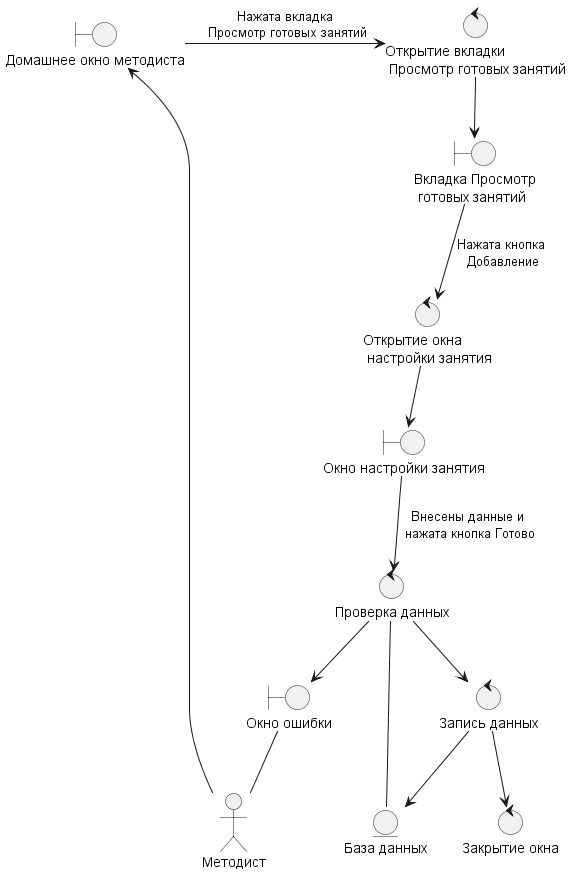
Undetaker45/MDKP keeps this PlantUML diagram as UML/out/Prigodnosty/PrDobavlenieZanyatiq/PrDobavlenieZanyatiq.wsd.png. Above is the earlier version. The source it was exported from:
```plantuml
@startuml PrDobavlenieZanyatiq.wsd

actor "Методист" as pl

control "Открытие вкладки\n Просмотр готовых занятий" as co
control "Открытие окна\n настройки занятия" as co2
control "Проверка данных" as co3
control "Закрытие окна" as co4
control "Запись данных" as co5

boundary "Домашнее окно методиста" as bo
boundary "Вкладка Просмотр\n готовых занятий" as bo1
boundary "Окно настройки занятия" as bo2

entity "База данных" as en

boundary "Окно ошибки" as err

pl -left-> bo
bo -right-> co : Нажата вкладка\n Просмотр готовых занятий
co --> bo1
bo1 --> co2 : Нажата кнопка\n Добавление
co2 --> bo2
bo2 --> co3 : Внесены данные и\n нажата кнопка Готово
co3 -- en
co3 --> err
co3 --> co5
co5 --> en
co5 --> co4
err -- pl

@enduml
```
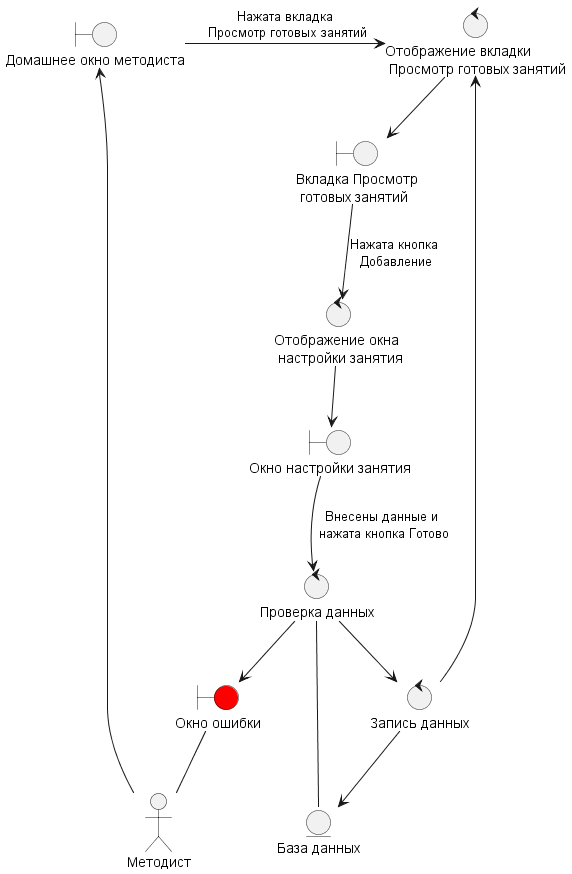
The same diagram one commit later.

Change to the diagram source:
```diff
@@ -2,10 +2,9 @@
 
 actor "Методист" as pl
 
-control "Открытие вкладки\n Просмотр готовых занятий" as co
-control "Открытие окна\n настройки занятия" as co2
+control "Отображение вкладки\n Просмотр готовых занятий" as co
+control "Отображение окна\n настройки занятия" as co2
 control "Проверка данных" as co3
-control "Закрытие окна" as co4
 control "Запись данных" as co5
 
 boundary "Домашнее окно методиста" as bo
@@ -14,7 +13,7 @@
 
 entity "База данных" as en
 
-boundary "Окно ошибки" as err
+boundary "Окно ошибки" as err #Red
 
 pl -left-> bo
 bo -right-> co : Нажата вкладка\n Просмотр готовых занятий
@@ -26,7 +25,7 @@
 co3 --> err
 co3 --> co5
 co5 --> en
-co5 --> co4
+co5 --> co
 err -- pl
 
 @enduml
```
